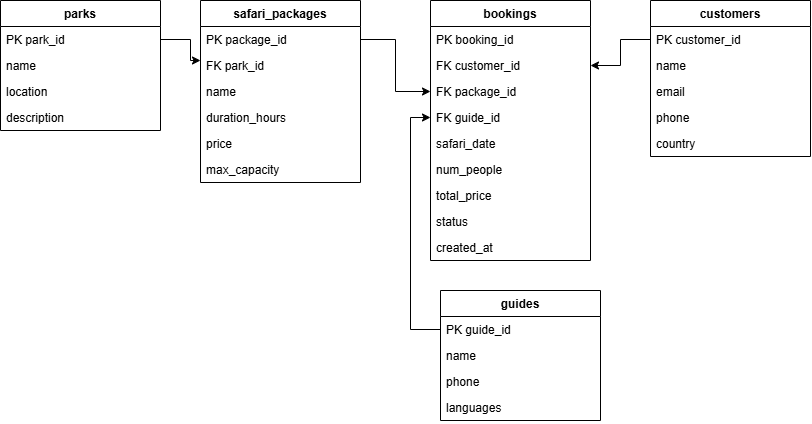
Above: docs/erd.png in hashininethsara18-wq/Online-Wildlife-Safari-Reservation-and-Management-System (draw.io), before the change. Source tidied: cells renumbered, new cells last; positions are measured from the earlier drawing's top-left corner, leaving out a move shared by most shapes.
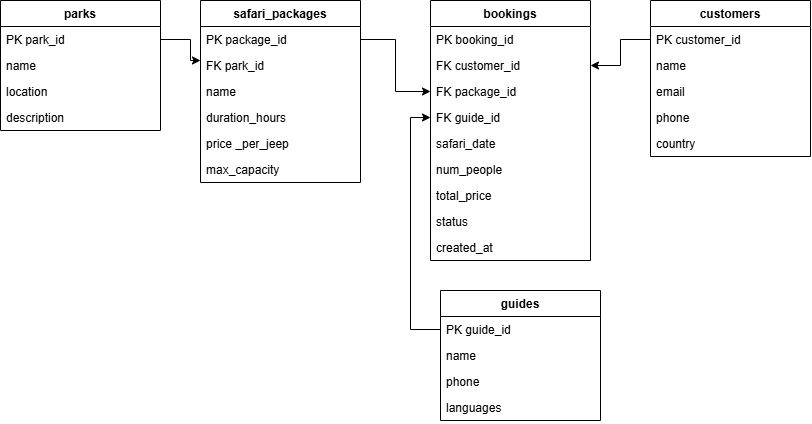
The same diagram one commit later.

Commit message:
Change pricing to per jeep

What changed in the source:
```diff
@@ -32,7 +32,7 @@
     <mxCell id="11" value="duration_hours" style="text;strokeColor=none;fillColor=none;align=left;verticalAlign=top;spacingLeft=4;spacingRight=4;overflow=hidden;" parent="7" vertex="1">
       <mxGeometry y="104" width="160" height="26" as="geometry" />
     </mxCell>
-    <mxCell id="12" value="price" style="text;strokeColor=none;fillColor=none;align=left;verticalAlign=top;spacingLeft=4;spacingRight=4;overflow=hidden;" parent="7" vertex="1">
+    <mxCell id="12" value="price _per_jeep" style="text;strokeColor=none;fillColor=none;align=left;verticalAlign=top;spacingLeft=4;spacingRight=4;overflow=hidden;" parent="7" vertex="1">
       <mxGeometry y="130" width="160" height="26" as="geometry" />
     </mxCell>
     <mxCell id="13" value="max_capacity" style="text;strokeColor=none;fillColor=none;align=left;verticalAlign=top;spacingLeft=4;spacingRight=4;overflow=hidden;" parent="7" vertex="1">
```
